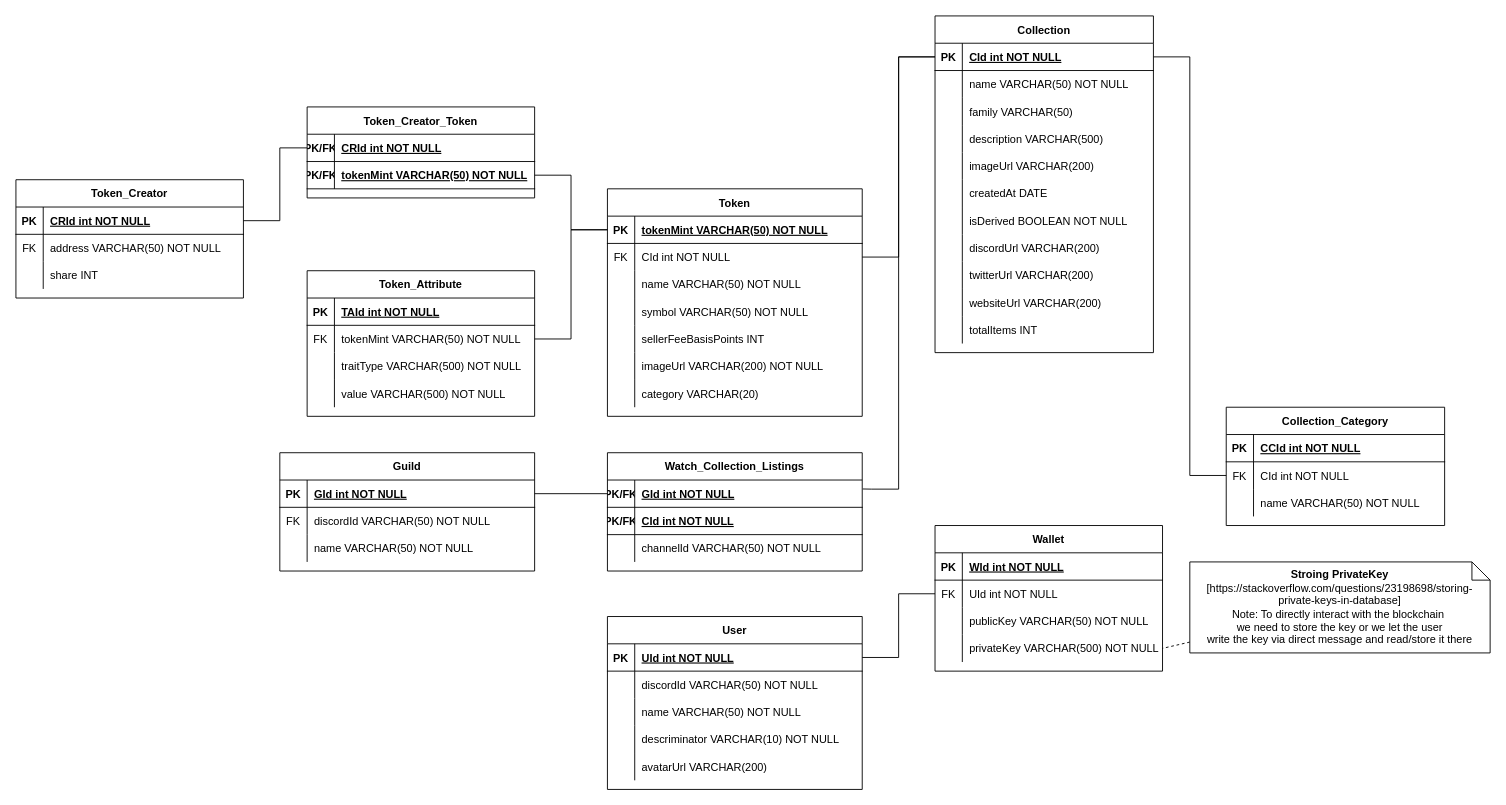
Earlier version of the draw.io diagram static/er-diagram.drawio (bennobuilder/sollad). Source tidied: cells renumbered, new cells numbered last; positions are measured from the earlier drawing's top-left corner, leaving out a move shared by most shapes. Both pictures are drawn from the tidied source at 91%, with x=0, y=0 at pixel (15, 15).
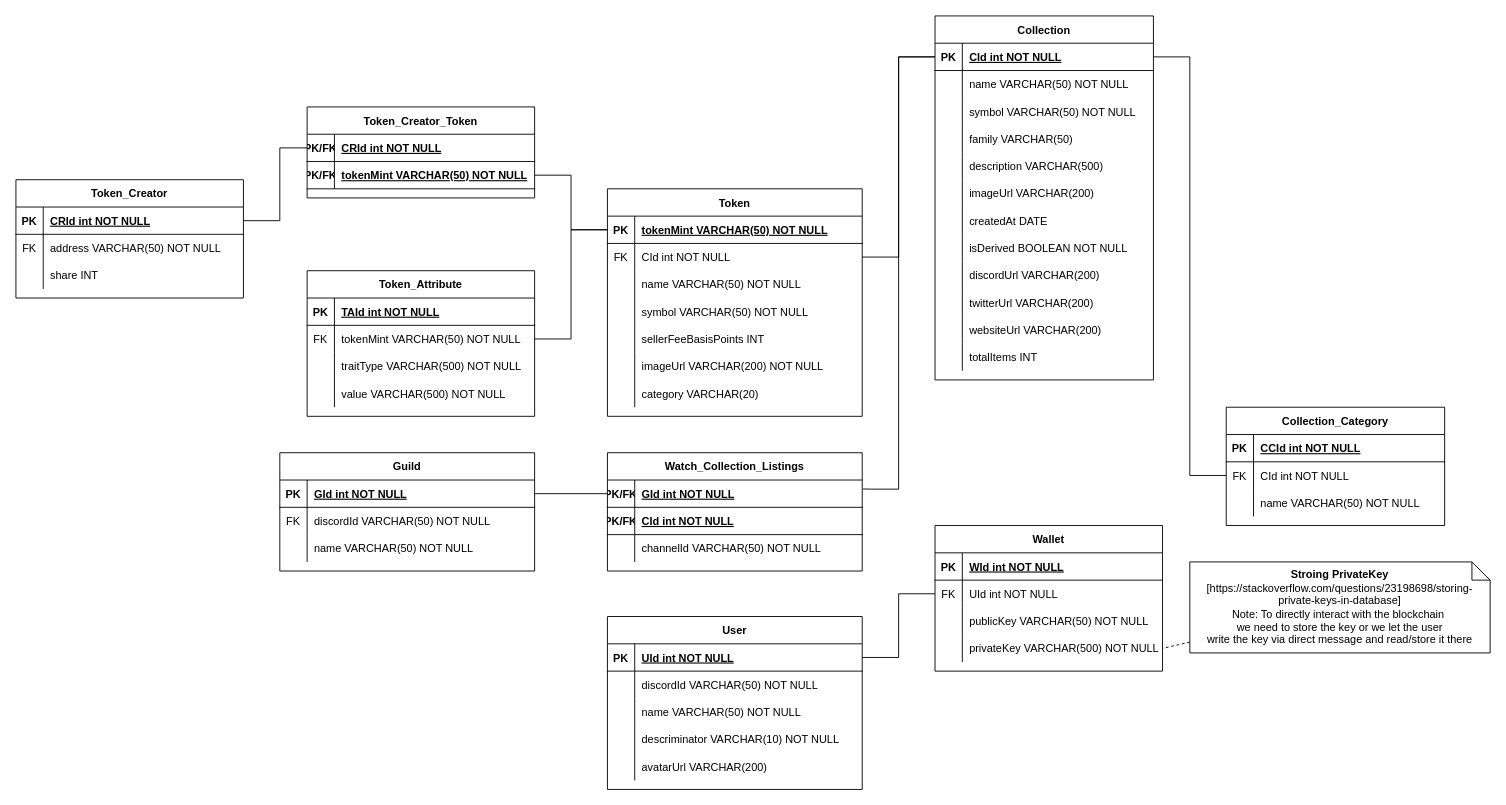
The same diagram, later.

The edit, as a diff of the source:
```diff
@@
     <mxCell id="24" value="Collection" style="shape=table;startSize=30;childLayout=tableLayout;rowLines=0;fontStyle=1;align=center;" parent="1" vertex="1">
-      <mxGeometry x="1010" width="240" height="370" as="geometry" />
+      <mxGeometry x="1010" width="240" height="400" as="geometry" />
     </mxCell>
@@
+    <mxCell id="157" style="shape=tableRow;horizontal=0;startSize=0;swimlaneHead=0;swimlaneBody=0;fillColor=none;top=0;left=0;right=0;bottom=0;" parent="24" vertex="1">
+      <mxGeometry y="90" width="240" height="30" as="geometry" />
+    </mxCell>
+    <mxCell id="158" style="shape=partialRectangle;fillColor=none;top=0;left=0;bottom=0;right=0;overflow=hidden;" parent="157" vertex="1">
+      <mxGeometry width="30" height="30" as="geometry" />
+    </mxCell>
+    <mxCell id="159" value="symbol VARCHAR(50) NOT NULL" style="shape=partialRectangle;fillColor=none;top=0;left=0;bottom=0;right=0;align=left;spacingLeft=6;overflow=hidden;" parent="157" vertex="1">
+      <mxGeometry x="30" width="210" height="30" as="geometry" />
+    </mxCell>
     <mxCell id="31" style="shape=tableRow;horizontal=0;startSize=0;swimlaneHead=0;swimlaneBody=0;fillColor=none;top=0;left=0;right=0;bottom=0;" parent="24" vertex="1">
-      <mxGeometry y="90" width="240" height="30" as="geometry" />
+      <mxGeometry y="120" width="240" height="30" as="geometry" />
     </mxCell>
@@
     <mxCell id="34" style="shape=tableRow;horizontal=0;startSize=0;swimlaneHead=0;swimlaneBody=0;fillColor=none;top=0;left=0;right=0;bottom=0;" parent="24" vertex="1">
-      <mxGeometry y="120" width="240" height="30" as="geometry" />
+      <mxGeometry y="150" width="240" height="30" as="geometry" />
     </mxCell>
@@
     <mxCell id="37" style="shape=tableRow;horizontal=0;startSize=0;swimlaneHead=0;swimlaneBody=0;fillColor=none;top=0;left=0;right=0;bottom=0;" parent="24" vertex="1">
-      <mxGeometry y="150" width="240" height="30" as="geometry" />
+      <mxGeometry y="180" width="240" height="30" as="geometry" />
     </mxCell>
@@
     <mxCell id="40" style="shape=tableRow;horizontal=0;startSize=0;swimlaneHead=0;swimlaneBody=0;fillColor=none;top=0;left=0;right=0;bottom=0;" parent="24" vertex="1">
-      <mxGeometry y="180" width="240" height="30" as="geometry" />
+      <mxGeometry y="210" width="240" height="30" as="geometry" />
     </mxCell>
@@
     <mxCell id="43" style="shape=tableRow;horizontal=0;startSize=0;swimlaneHead=0;swimlaneBody=0;fillColor=none;top=0;left=0;right=0;bottom=0;" parent="24" vertex="1">
-      <mxGeometry y="210" width="240" height="30" as="geometry" />
+      <mxGeometry y="240" width="240" height="30" as="geometry" />
     </mxCell>
@@
     <mxCell id="46" style="shape=tableRow;horizontal=0;startSize=0;swimlaneHead=0;swimlaneBody=0;fillColor=none;top=0;left=0;right=0;bottom=0;" parent="24" vertex="1">
-      <mxGeometry y="240" width="240" height="30" as="geometry" />
+      <mxGeometry y="270" width="240" height="30" as="geometry" />
     </mxCell>
@@
     <mxCell id="49" style="shape=tableRow;horizontal=0;startSize=0;swimlaneHead=0;swimlaneBody=0;fillColor=none;top=0;left=0;right=0;bottom=0;" parent="24" vertex="1">
-      <mxGeometry y="270" width="240" height="30" as="geometry" />
+      <mxGeometry y="300" width="240" height="30" as="geometry" />
     </mxCell>
@@
     <mxCell id="52" style="shape=tableRow;horizontal=0;startSize=0;swimlaneHead=0;swimlaneBody=0;fillColor=none;top=0;left=0;right=0;bottom=0;" parent="24" vertex="1">
-      <mxGeometry y="300" width="240" height="30" as="geometry" />
+      <mxGeometry y="330" width="240" height="30" as="geometry" />
     </mxCell>
@@
     <mxCell id="55" style="shape=tableRow;horizontal=0;startSize=0;swimlaneHead=0;swimlaneBody=0;fillColor=none;top=0;left=0;right=0;bottom=0;" parent="24" vertex="1">
-      <mxGeometry y="330" width="240" height="30" as="geometry" />
+      <mxGeometry y="360" width="240" height="30" as="geometry" />
     </mxCell>
```
